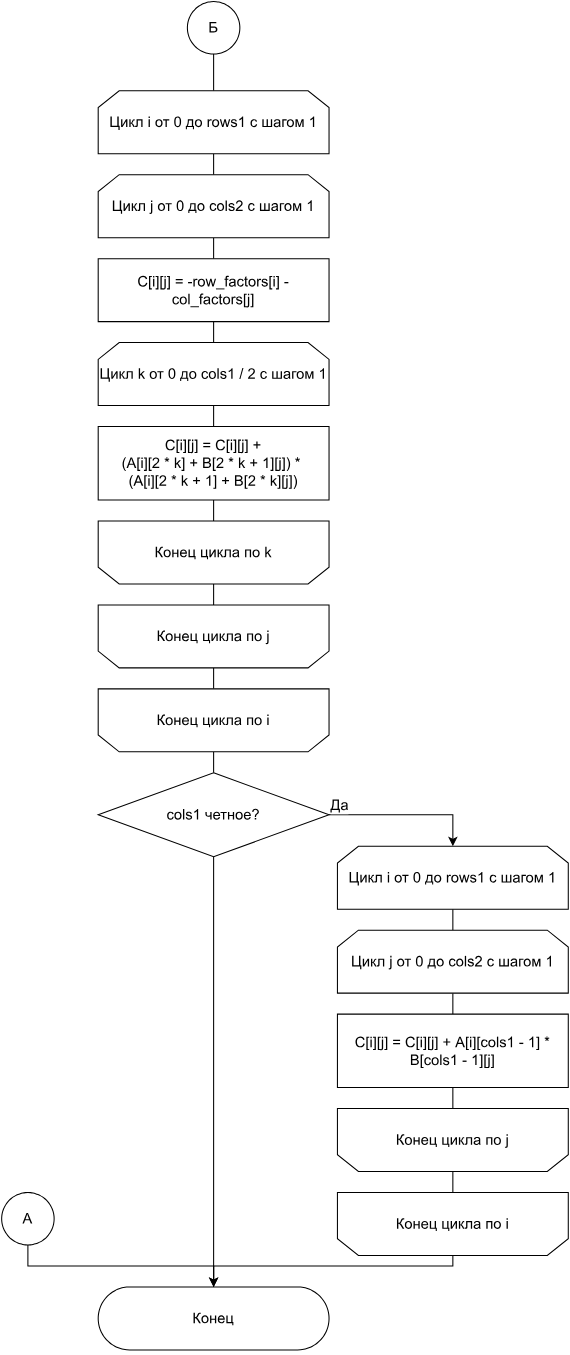
Before: lab2/report/images/scheme_winograd_pt2.svg, a diagram exported from draw.io (YusahO/bmstu-aa). Source tidied: cells renumbered, new cells last; positions are measured from the earlier drawing's top-left corner, leaving out a move shared by most shapes.
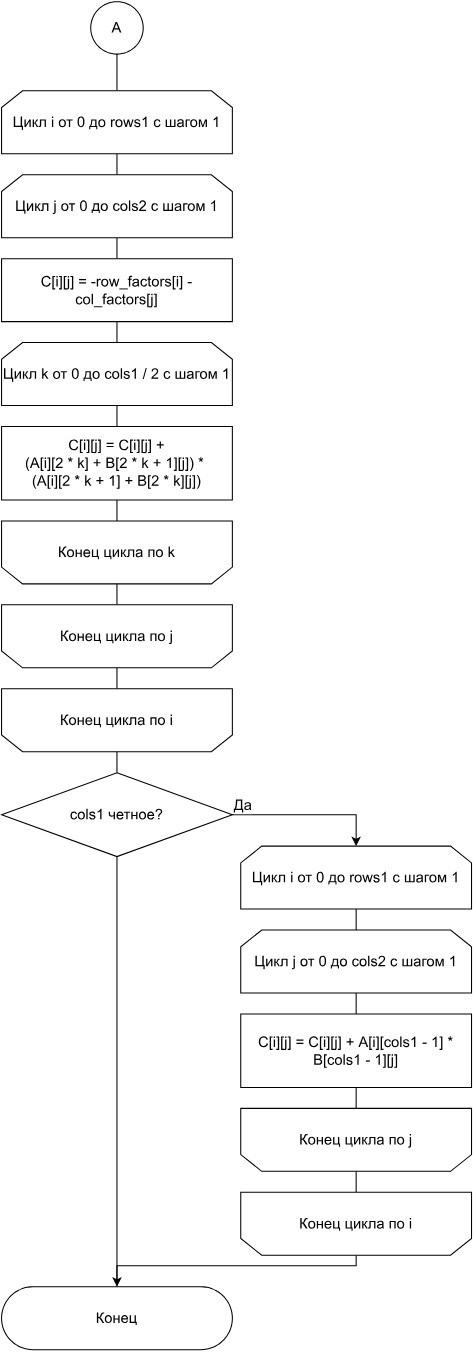
The same file after the commit.

What changed in the source:
```diff
@@ -5,7 +5,7 @@
     <mxCell id="2" style="edgeStyle=orthogonalEdgeStyle;rounded=0;jettySize=auto;html=1;endArrow=none;endFill=0;" parent="1" edge="1" source="3" target="5">
       <mxGeometry relative="1" as="geometry" />
     </mxCell>
-    <mxCell id="3" value="Б" style="ellipse;whiteSpace=wrap;html=1;fontSize=14;" parent="1" vertex="1">
+    <mxCell id="3" value="A" style="ellipse;whiteSpace=wrap;html=1;fontSize=14;" parent="1" vertex="1">
       <mxGeometry x="177" width="50" height="50" as="geometry" />
     </mxCell>
     <mxCell id="4" style="edgeStyle=orthogonalEdgeStyle;rounded=0;jettySize=auto;html=1;endArrow=none;endFill=0;" parent="1" edge="1" source="5" target="7">
@@ -68,7 +68,7 @@
         <mxPoint x="-17" y="-10" as="offset" />
       </mxGeometry>
     </mxCell>
-    <mxCell id="22" style="edgeStyle=orthogonalEdgeStyle;rounded=0;jettySize=auto;html=1;endArrow=none;endFill=0;" parent="1" edge="1" source="23" target="36">
+    <mxCell id="22" style="edgeStyle=orthogonalEdgeStyle;rounded=0;jettySize=auto;html=1;endArrow=none;endFill=0;" parent="1" edge="1" source="23" target="34">
       <mxGeometry relative="1" as="geometry" />
     </mxCell>
     <mxCell id="23" value="cols1 четное?" style="rhombus;whiteSpace=wrap;html=1;fontSize=14;" parent="1" vertex="1">
@@ -98,7 +98,7 @@
     <mxCell id="31" value="Конец цикла по j" style="shape=loopLimit;whiteSpace=wrap;html=1;flipV=1;fontSize=14;" parent="1" vertex="1">
       <mxGeometry x="320" y="1055" width="220" height="60" as="geometry" />
     </mxCell>
-    <mxCell id="32" style="edgeStyle=orthogonalEdgeStyle;rounded=0;jettySize=auto;html=1;" parent="1" edge="1" source="33" target="36">
+    <mxCell id="32" style="edgeStyle=orthogonalEdgeStyle;rounded=0;jettySize=auto;html=1;" parent="1" edge="1" source="33" target="34">
       <mxGeometry relative="1" as="geometry">
         <Array as="points">
           <mxPoint x="430" y="1205" />
@@ -109,19 +109,8 @@
     <mxCell id="33" value="Конец цикла по i" style="shape=loopLimit;whiteSpace=wrap;html=1;flipV=1;fontSize=14;" parent="1" vertex="1">
       <mxGeometry x="320" y="1135" width="220" height="60" as="geometry" />
     </mxCell>
-    <mxCell id="34" style="edgeStyle=orthogonalEdgeStyle;rounded=0;jettySize=auto;html=1;exitX=0.5;exitY=1;exitDx=0;exitDy=0;" parent="1" edge="1" source="35" target="36">
-      <mxGeometry relative="1" as="geometry">
-        <Array as="points">
-          <mxPoint x="25" y="1205" />
-          <mxPoint x="202" y="1205" />
-        </Array>
-      </mxGeometry>
+    <mxCell id="34" value="Конец" style="rounded=1;whiteSpace=wrap;html=1;arcSize=50;fontSize=14;" parent="1" vertex="1">
+      <mxGeometry x="92" y="1225" width="220" height="60" as="geometry" />
     </mxCell>
-    <mxCell id="35" value="A" style="ellipse;whiteSpace=wrap;html=1;fontSize=14;" parent="1" vertex="1">
-      <mxGeometry y="1135" width="50" height="50" as="geometry" />
-    </mxCell>
-    <mxCell id="36" value="Конец" style="rounded=1;whiteSpace=wrap;html=1;arcSize=50;fontSize=14;" parent="1" vertex="1">
-      <mxGeometry x="92" y="1225" width="220" height="60" as="geometry" />
-    </mxCell>
   </root>
 </mxGraphModel>
```
